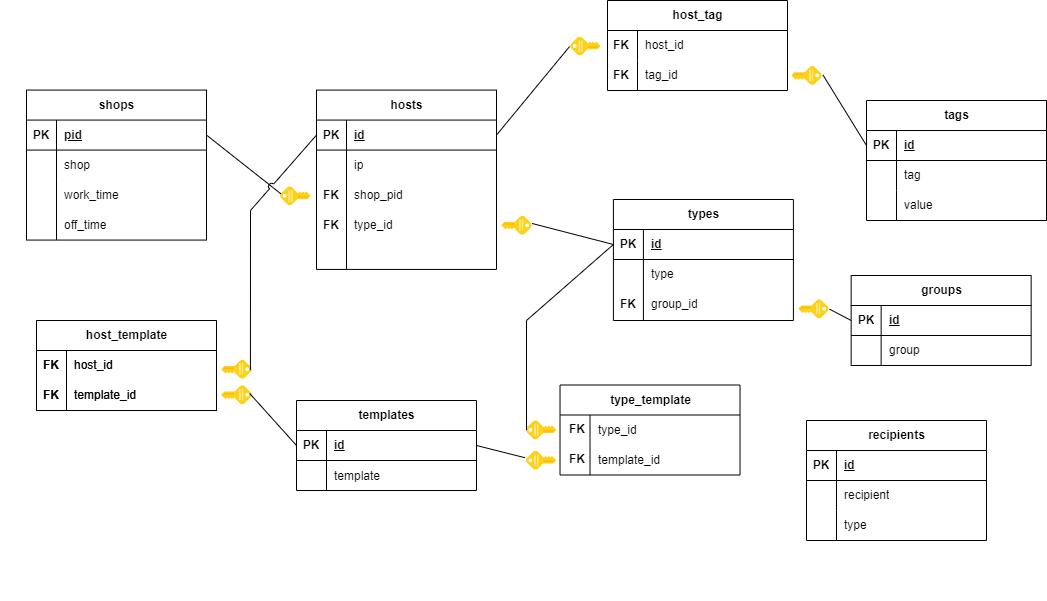
Earlier version of the draw.io export db_schema.png (DorofD/zabbix_actualization_service). Source tidied: cells renumbered, new cells last; positions are measured from the earlier drawing's top-left corner, leaving out a move shared by most shapes.
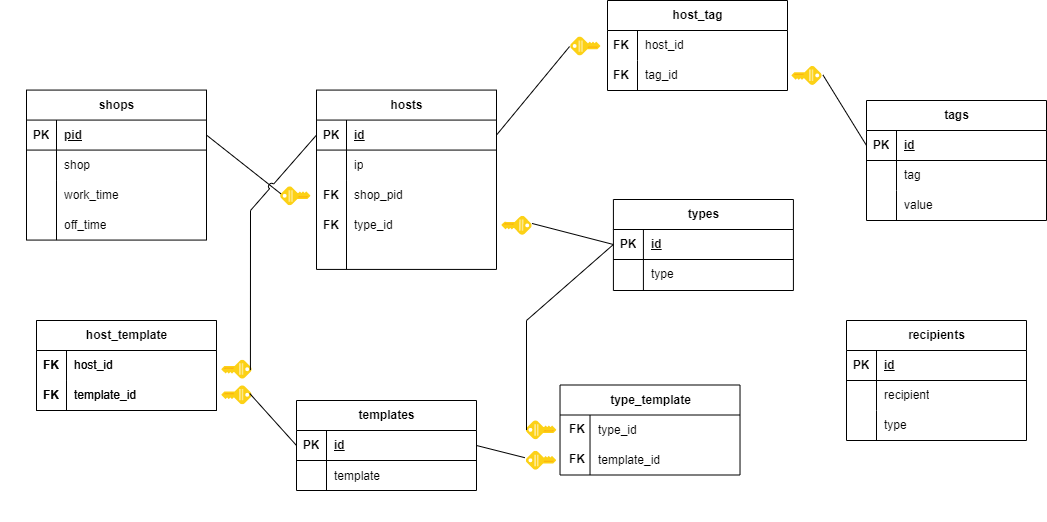
The same diagram one commit later.

Commit message:
изменение схемы БД

The edit, as a diff of the source:
```diff
@@ -159,7 +159,7 @@
       <mxGeometry x="626" y="219" width="215.8" height="135" as="geometry" />
     </mxCell>
     <mxCell id="54" value="types" style="shape=table;startSize=30;rowLines=0;fontStyle=1;align=center;html=1;" parent="53" vertex="1">
-      <mxGeometry x="-13.1" y="-20" width="180" height="121" as="geometry" />
+      <mxGeometry x="-13.1" y="-20" width="180" height="91" as="geometry" />
     </mxCell>
     <mxCell id="55" style="shape=tableRow;horizontal=0;startSize=0;swimlaneHead=0;swimlaneBody=0;fillColor=none;points=[[0,0.5],[1,0.5]];portConstraint=eastwest;top=0;left=0;right=0;bottom=1;" parent="54" vertex="1">
       <mxGeometry y="30" width="180" height="30" as="geometry" />
@@ -171,53 +171,17 @@
       <mxGeometry x="30" width="150" height="30" as="geometry" />
     </mxCell>
     <mxCell id="58" style="shape=tableRow;horizontal=0;startSize=0;swimlaneHead=0;swimlaneBody=0;fillColor=none;top=0;left=0;right=0;bottom=0;" parent="54" vertex="1">
-      <mxGeometry y="60" width="180" height="61" as="geometry" />
+      <mxGeometry y="60" width="180" height="31" as="geometry" />
     </mxCell>
     <mxCell id="59" style="shape=partialRectangle;fillColor=none;top=0;left=0;bottom=0;right=0;overflow=hidden;whiteSpace=wrap;html=1;" parent="58" vertex="1">
-      <mxGeometry width="30" height="61" as="geometry" />
+      <mxGeometry width="30" height="31" as="geometry" />
     </mxCell>
     <mxCell id="60" style="shape=partialRectangle;fillColor=none;top=0;left=0;bottom=0;right=0;align=left;spacingLeft=6;overflow=hidden;whiteSpace=wrap;html=1;" parent="58" vertex="1">
-      <mxGeometry x="30" width="150" height="61" as="geometry" />
+      <mxGeometry x="30" width="150" height="31" as="geometry" />
     </mxCell>
-    <mxCell id="61" style="sketch=0;html=1;points=[];align=center;image;fontSize=12;image=img/lib/mscae/Key.svg;rotation=90;" parent="53" vertex="1">
-      <mxGeometry x="176.9" y="74.6" width="18.9" height="30.4" as="geometry" />
-    </mxCell>
     <mxCell id="62" value="type" style="shape=partialRectangle;fillColor=none;top=0;left=0;bottom=0;right=0;align=left;spacingLeft=6;overflow=hidden;whiteSpace=wrap;html=1;" parent="53" vertex="1">
       <mxGeometry x="16.9" y="40.2" width="150" height="30" as="geometry" />
     </mxCell>
-    <mxCell id="63" value="group_id" style="shape=partialRectangle;fillColor=none;top=0;left=0;bottom=0;right=0;align=left;spacingLeft=6;overflow=hidden;whiteSpace=wrap;html=1;" parent="53" vertex="1">
-      <mxGeometry x="16.9" y="70.2" width="150" height="30" as="geometry" />
-    </mxCell>
-    <mxCell id="64" value="FK" style="shape=partialRectangle;fillColor=none;top=0;left=0;bottom=0;right=0;fontStyle=1;overflow=hidden;whiteSpace=wrap;html=1;" parent="53" vertex="1">
-      <mxGeometry x="-13.1" y="70.2" width="30" height="30" as="geometry" />
-    </mxCell>
-    <mxCell id="65" style="group;" parent="1" vertex="1">
-      <mxGeometry x="814.9" y="275" width="215.8" height="90" as="geometry" />
-    </mxCell>
-    <mxCell id="66" value="groups" style="shape=table;startSize=30;rowLines=0;fontStyle=1;align=center;html=1;" parent="65" vertex="1">
-      <mxGeometry x="35.8" width="180" height="90" as="geometry" />
-    </mxCell>
-    <mxCell id="67" style="shape=tableRow;horizontal=0;startSize=0;swimlaneHead=0;swimlaneBody=0;fillColor=none;points=[[0,0.5],[1,0.5]];portConstraint=eastwest;top=0;left=0;right=0;bottom=1;" parent="66" vertex="1">
-      <mxGeometry y="30" width="180" height="30" as="geometry" />
-    </mxCell>
-    <mxCell id="68" value="PK" style="shape=partialRectangle;fillColor=none;top=0;left=0;bottom=0;right=0;fontStyle=1;overflow=hidden;whiteSpace=wrap;html=1;" parent="67" vertex="1">
-      <mxGeometry width="30" height="30" as="geometry" />
-    </mxCell>
-    <mxCell id="69" value="id" style="shape=partialRectangle;fillColor=none;top=0;left=0;bottom=0;right=0;align=left;spacingLeft=6;fontStyle=5;overflow=hidden;whiteSpace=wrap;html=1;" parent="67" vertex="1">
-      <mxGeometry x="30" width="150" height="30" as="geometry" />
-    </mxCell>
-    <mxCell id="70" style="shape=tableRow;horizontal=0;startSize=0;swimlaneHead=0;swimlaneBody=0;fillColor=none;top=0;left=0;right=0;bottom=0;" parent="66" vertex="1">
-      <mxGeometry y="60" width="180" height="30" as="geometry" />
-    </mxCell>
-    <mxCell id="71" style="shape=partialRectangle;fillColor=none;top=0;left=0;bottom=0;right=0;overflow=hidden;whiteSpace=wrap;html=1;" parent="70" vertex="1">
-      <mxGeometry width="30" height="30" as="geometry" />
-    </mxCell>
-    <mxCell id="72" value="group" style="shape=partialRectangle;fillColor=none;top=0;left=0;bottom=0;right=0;align=left;spacingLeft=6;overflow=hidden;whiteSpace=wrap;html=1;" parent="70" vertex="1">
-      <mxGeometry x="30" width="150" height="30" as="geometry" />
-    </mxCell>
-    <mxCell id="73" style="endArrow=none;html=1;rounded=0;entryX=0.493;entryY=-0.049;entryDx=0;entryDy=0;entryPerimeter=0;exitX=0;exitY=0.5;exitDx=0;exitDy=0;" parent="1" edge="1" source="67" target="61">
-      <mxGeometry relative="1" as="geometry" />
-    </mxCell>
     <mxCell id="74" style="endArrow=none;html=1;rounded=0;entryX=0.365;entryY=-0.026;entryDx=0;entryDy=0;entryPerimeter=0;exitX=0;exitY=0.5;exitDx=0;exitDy=0;" parent="1" edge="1" source="55" target="79">
       <mxGeometry relative="1" as="geometry" />
     </mxCell>
@@ -401,7 +365,7 @@
       </mxGeometry>
     </mxCell>
     <mxCell id="132" style="group;" parent="1" vertex="1">
-      <mxGeometry x="806" y="420" width="180" height="180" as="geometry" />
+      <mxGeometry x="846" y="320" width="180" height="180" as="geometry" />
     </mxCell>
     <mxCell id="133" value="recipients" style="shape=table;startSize=30;rowLines=0;fontStyle=1;align=center;html=1;" parent="132" vertex="1">
       <mxGeometry width="180" height="120" as="geometry" />
```
